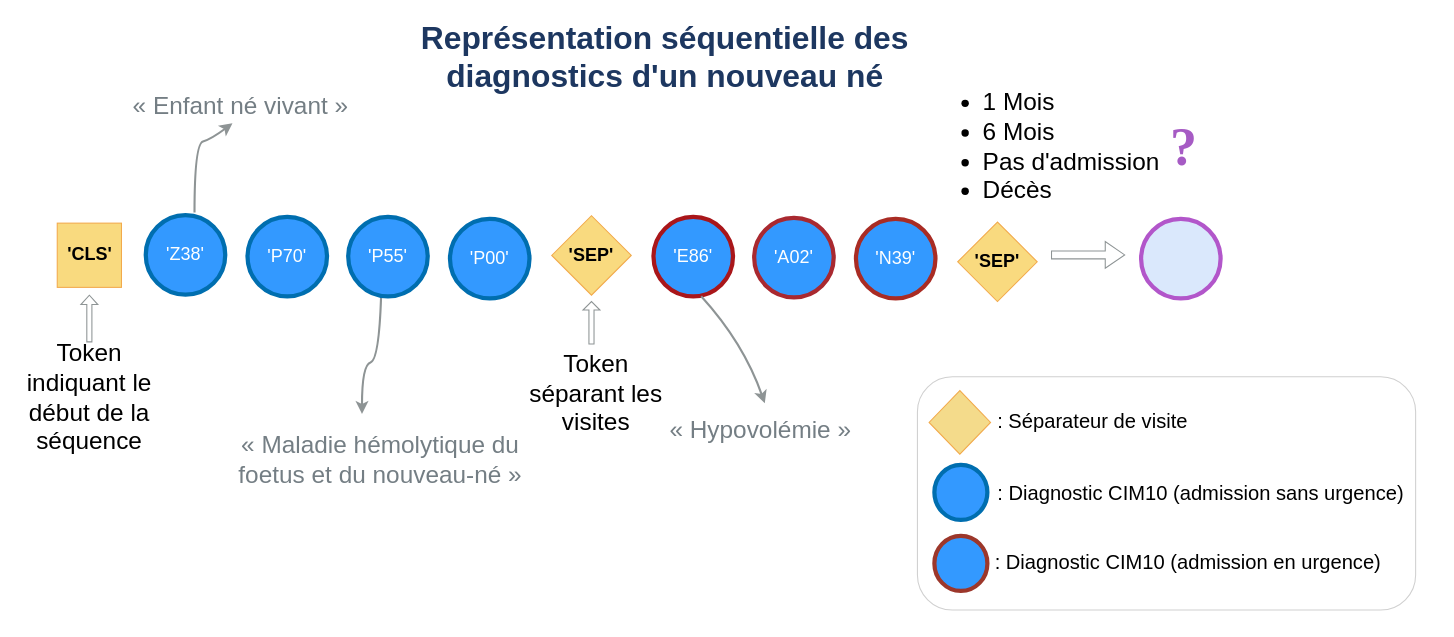
Basso42/BEHRT keeps this draw.io diagram as ex_séquence.drawio. Above is the earlier version. Source tidied: cells renumbered, new cells numbered last; positions are measured from the earlier drawing's top-left corner, leaving out a move shared by most shapes. Both pictures are drawn from the tidied source at 106%, with x=0, y=0 at pixel (20, 55).
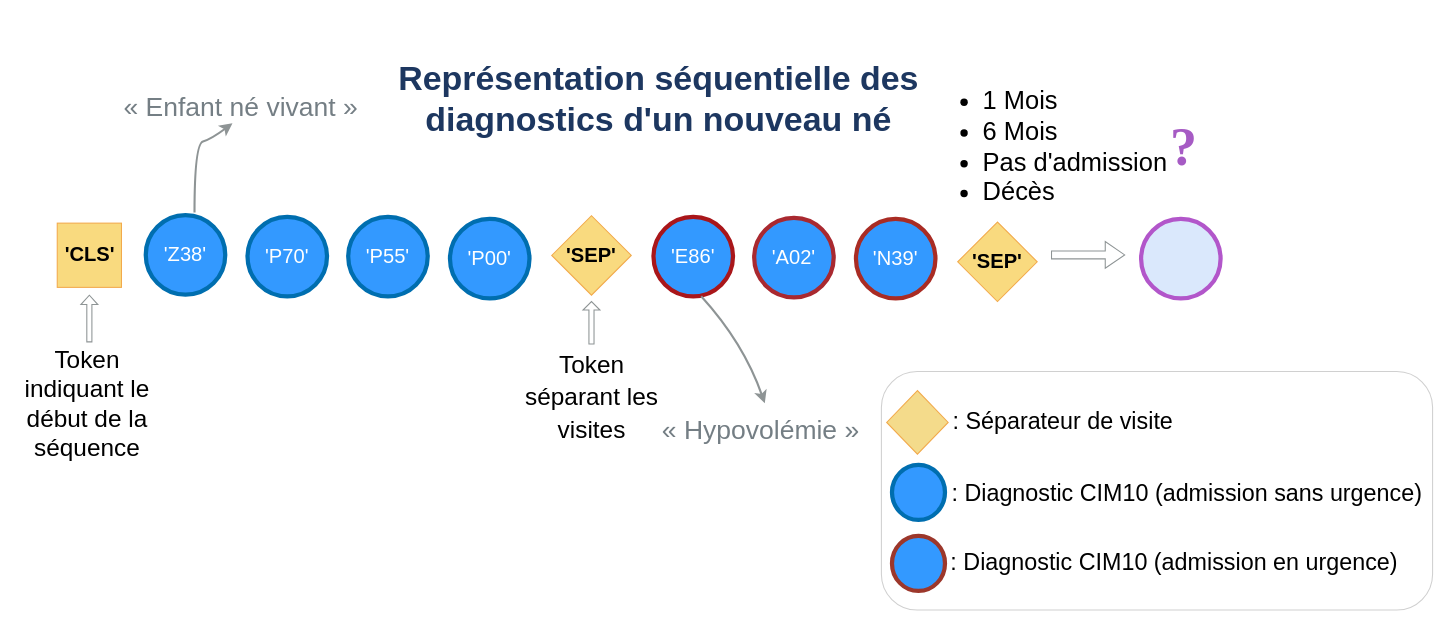
The same diagram, later.

Commit message:
Mettre à jour ex_séquence.drawio

What changed in the source:
```diff
@@
-    <mxCell id="3" value="&lt;font style=&quot;font-size: 23px;&quot;&gt;&amp;nbsp;« Enfant né vivant »&lt;font&gt;&lt;br&gt;&lt;/font&gt;&lt;/font&gt;" style="text;html=1;align=center;verticalAlign=middle;strokeColor=none;fillColor=none;fontColor=light-dark(#747e84, #ededed);fontSize=22;fontFamily=Arial;" parent="1" vertex="1">
-      <mxGeometry x="89" y="28" width="230" height="40" as="geometry" />
+    <mxCell id="3" value="&lt;font style=&quot;font-size: 25px;&quot;&gt;&amp;nbsp;« Enfant né vivant »&lt;font&gt;&lt;font&gt;&lt;br&gt;&lt;/font&gt;&lt;/font&gt;&lt;/font&gt;" style="text;html=1;align=center;verticalAlign=middle;strokeColor=none;fillColor=none;fontColor=light-dark(#747e84, #ededed);fontSize=22;fontFamily=Arial;" parent="1" vertex="1">
+      <mxGeometry x="79" y="28" width="250" height="40" as="geometry" />
     </mxCell>
-    <mxCell id="4" value="&lt;h1&gt;&lt;font style=&quot;font-size: 23px;&quot;&gt;&lt;span&gt;&lt;span style=&quot;font-weight: normal;&quot;&gt;« Maladie hémolytique du foetus et du nouveau-né »&lt;/span&gt;&lt;/span&gt;&lt;font&gt;&lt;font&gt;&lt;br&gt;&lt;/font&gt;&lt;/font&gt;&lt;/font&gt;&lt;/h1&gt;" style="text;html=1;strokeColor=none;fillColor=none;align=center;verticalAlign=middle;whiteSpace=wrap;rounded=0;fontSize=12;fontColor=light-dark(#747e84, #ededed);fontFamily=Arial;" parent="1" vertex="1">
-      <mxGeometry x="197" y="357" width="285" height="48" as="geometry" />
-    </mxCell>
-    <mxCell id="5" style="curved=1;endArrow=classic;html=1;rounded=0;strokeWidth=2;strokeColor=light-dark(#8e9495, #ededed);fontFamily=Arial;" parent="1" edge="1">
-      <mxGeometry relative="1" as="geometry">
-        <mxPoint x="340" y="228" as="sourcePoint" />
-        <mxPoint x="322" y="338" as="targetPoint" />
-        <Array as="points">
-          <mxPoint x="338" y="287" />
-          <mxPoint x="322" y="292" />
-        </Array>
-      </mxGeometry>
-    </mxCell>
     <mxCell id="6" value="&lt;font style=&quot;font-size: 23px;&quot;&gt;&lt;font&gt;Token indiquant le début de la séquence&lt;/font&gt;&lt;/font&gt;" style="text;html=1;strokeColor=none;fillColor=none;align=center;verticalAlign=middle;whiteSpace=wrap;rounded=0;fontSize=21;fontFamily=Arial;" parent="1" vertex="1">
-      <mxGeometry x="-0.2" y="308" width="130" height="30" as="geometry" />
+      <mxGeometry x="-2.2" y="314" width="130" height="30" as="geometry" />
     </mxCell>
@@
-    <mxCell id="8" value="&lt;font color=&quot;#ffffff&quot;&gt;'P55'&lt;/font&gt;" style="ellipse;whiteSpace=wrap;html=1;fillColor=#3399FF;flipH=1;strokeColor=#006EAF;strokeWidth=4;fontSize=17;fontFamily=Arial;" parent="1" vertex="1">
+    <mxCell id="8" value="&lt;font color=&quot;#ffffff&quot;&gt;'P55'&lt;/font&gt;" style="ellipse;whiteSpace=wrap;html=1;fillColor=#3399FF;flipH=1;strokeColor=#006EAF;strokeWidth=4;fontSize=19;fontFamily=Arial;" parent="1" vertex="1">
       <mxGeometry x="309" y="152" width="75" height="75" as="geometry" />
     </mxCell>
-    <mxCell id="9" value="&lt;font&gt;'&lt;/font&gt;&lt;font&gt;Z38&lt;/font&gt;&lt;font&gt;'&lt;/font&gt;" style="ellipse;whiteSpace=wrap;html=1;fillColor=#3399FF;flipH=1;strokeColor=#006EAF;fontColor=#ffffff;strokeWidth=4;fontSize=17;fontFamily=Arial;" parent="1" vertex="1">
+    <mxCell id="9" value="&lt;font&gt;'&lt;/font&gt;&lt;font&gt;Z38&lt;/font&gt;&lt;font&gt;'&lt;/font&gt;" style="ellipse;whiteSpace=wrap;html=1;fillColor=#3399FF;flipH=1;strokeColor=#006EAF;fontColor=#ffffff;strokeWidth=4;fontSize=19;fontFamily=Arial;" parent="1" vertex="1">
       <mxGeometry x="118" y="150.5" width="75" height="75" as="geometry" />
     </mxCell>
-    <mxCell id="10" value="&lt;font color=&quot;#ffffff&quot;&gt;'P70'&lt;/font&gt;" style="ellipse;whiteSpace=wrap;html=1;fillColor=#3399FF;flipH=1;strokeColor=#006EAF;strokeWidth=4;fontSize=17;fontFamily=Arial;" parent="1" vertex="1">
+    <mxCell id="10" value="&lt;font color=&quot;#ffffff&quot;&gt;'P70'&lt;/font&gt;" style="ellipse;whiteSpace=wrap;html=1;fillColor=#3399FF;flipH=1;strokeColor=#006EAF;strokeWidth=4;fontSize=19;fontFamily=Arial;" parent="1" vertex="1">
       <mxGeometry x="214" y="152" width="75" height="75" as="geometry" />
     </mxCell>
-    <mxCell id="11" value="&lt;font color=&quot;#ffffff&quot;&gt;'P00'&lt;/font&gt;" style="ellipse;whiteSpace=wrap;html=1;fillColor=#3399FF;flipH=1;strokeColor=#006EAF;strokeWidth=4;fontSize=17;fontFamily=Arial;" parent="1" vertex="1">
+    <mxCell id="11" value="&lt;font color=&quot;#ffffff&quot;&gt;'P00'&lt;/font&gt;" style="ellipse;whiteSpace=wrap;html=1;fillColor=#3399FF;flipH=1;strokeColor=#006EAF;strokeWidth=4;fontSize=19;fontFamily=Arial;" parent="1" vertex="1">
       <mxGeometry x="405" y="154" width="75" height="75" as="geometry" />
     </mxCell>
-    <mxCell id="12" value="&lt;b&gt;&lt;font&gt;'SEP'&lt;/font&gt;&lt;/b&gt;" style="rhombus;whiteSpace=wrap;html=1;flipH=1;direction=north;fillColor=light-dark(#f9da7f, #281d00);strokeColor=light-dark(#f2aa4c, #6d5100);fontSize=17;fontFamily=Arial;" parent="1" vertex="1">
+    <mxCell id="12" value="&lt;b&gt;&lt;font&gt;'SEP'&lt;/font&gt;&lt;/b&gt;" style="rhombus;whiteSpace=wrap;html=1;flipH=1;direction=north;fillColor=light-dark(#f9da7f, #281d00);strokeColor=light-dark(#f2aa4c, #6d5100);fontSize=19;fontFamily=Arial;" parent="1" vertex="1">
       <mxGeometry x="501" y="151" width="75" height="75" as="geometry" />
     </mxCell>
-    <mxCell id="13" value="&lt;font color=&quot;#ffffff&quot;&gt;'E86'&lt;/font&gt;" style="ellipse;whiteSpace=wrap;html=1;fillColor=#3399FF;flipH=1;strokeColor=light-dark(#a9161a, #51afe7);strokeWidth=4;fontSize=17;fontFamily=Arial;" parent="1" vertex="1">
+    <mxCell id="13" value="&lt;font color=&quot;#ffffff&quot;&gt;'E86'&lt;/font&gt;" style="ellipse;whiteSpace=wrap;html=1;fillColor=#3399FF;flipH=1;strokeColor=light-dark(#a9161a, #51afe7);strokeWidth=4;fontSize=19;fontFamily=Arial;" parent="1" vertex="1">
       <mxGeometry x="597" y="152" width="75" height="75" as="geometry" />
     </mxCell>
-    <mxCell id="14" value="&lt;font color=&quot;#ffffff&quot;&gt;'A02'&lt;/font&gt;" style="ellipse;whiteSpace=wrap;html=1;fillColor=#3399FF;flipH=1;strokeColor=light-dark(#a92930, #51afe7);strokeWidth=4;fontSize=17;fontFamily=Arial;" parent="1" vertex="1">
+    <mxCell id="14" value="&lt;font color=&quot;#ffffff&quot;&gt;'A02'&lt;/font&gt;" style="ellipse;whiteSpace=wrap;html=1;fillColor=#3399FF;flipH=1;strokeColor=light-dark(#a92930, #51afe7);strokeWidth=4;fontSize=19;fontFamily=Arial;" parent="1" vertex="1">
       <mxGeometry x="692" y="153" width="75" height="75" as="geometry" />
     </mxCell>
-    <mxCell id="15" value="&lt;font color=&quot;#ffffff&quot;&gt;'N39'&lt;/font&gt;" style="ellipse;whiteSpace=wrap;html=1;fillColor=#3399FF;flipH=1;strokeColor=light-dark(#a92c24, #51afe7);strokeWidth=4;fontSize=17;fontFamily=Arial;" parent="1" vertex="1">
+    <mxCell id="15" value="&lt;font color=&quot;#ffffff&quot;&gt;'N39'&lt;/font&gt;" style="ellipse;whiteSpace=wrap;html=1;fillColor=#3399FF;flipH=1;strokeColor=light-dark(#a92c24, #51afe7);strokeWidth=4;fontSize=19;fontFamily=Arial;" parent="1" vertex="1">
       <mxGeometry x="788" y="154" width="75" height="75" as="geometry" />
     </mxCell>
-    <mxCell id="16" value="&lt;b&gt;&lt;font&gt;'SEP'&lt;/font&gt;&lt;/b&gt;" style="rhombus;whiteSpace=wrap;html=1;flipH=1;fillColor=light-dark(#f9da7f, #281d00);strokeColor=light-dark(#f2aa4c, #6d5100);fontSize=17;fontFamily=Arial;" parent="1" vertex="1">
+    <mxCell id="16" value="&lt;b&gt;&lt;font&gt;'SEP'&lt;/font&gt;&lt;/b&gt;" style="rhombus;whiteSpace=wrap;html=1;flipH=1;fillColor=light-dark(#f9da7f, #281d00);strokeColor=light-dark(#f2aa4c, #6d5100);fontSize=19;fontFamily=Arial;" parent="1" vertex="1">
       <mxGeometry x="884" y="157" width="75" height="75" as="geometry" />
     </mxCell>
@@
-    <mxCell id="18" value="&lt;b&gt;&lt;font&gt;'CLS'&lt;/font&gt;&lt;/b&gt;" style="whiteSpace=wrap;html=1;direction=east;flipH=1;flipV=1;strokeColor=light-dark(#f2aa4c, #6d5100);fillColor=light-dark(#f9da7f, #281d00);fontSize=17;fontFamily=Arial;" parent="1" vertex="1">
+    <mxCell id="18" value="&lt;b&gt;&lt;font&gt;'CLS'&lt;/font&gt;&lt;/b&gt;" style="whiteSpace=wrap;html=1;direction=east;flipH=1;flipV=1;strokeColor=light-dark(#f2aa4c, #6d5100);fillColor=light-dark(#f9da7f, #281d00);fontSize=19;fontFamily=Arial;" parent="1" vertex="1">
       <mxGeometry x="34.5" y="158" width="60.6" height="60.6" as="geometry" />
     </mxCell>
-    <mxCell id="19" value="&lt;font&gt;&lt;font&gt;Token séparant les visites&lt;/font&gt;&lt;/font&gt;&lt;u&gt;&lt;font&gt;&lt;font&gt;&lt;br&gt;&lt;/font&gt;&lt;/font&gt;&lt;/u&gt;" style="text;html=1;strokeColor=none;fillColor=none;align=center;verticalAlign=middle;whiteSpace=wrap;rounded=0;fontSize=23;fontFamily=Arial;" parent="1" vertex="1">
-      <mxGeometry x="464" y="280" width="158" height="78" as="geometry" />
+    <mxCell id="19" value="&lt;font style=&quot;font-size: 23px;&quot;&gt;&lt;font&gt;Token séparant les visites&lt;/font&gt;&lt;u&gt;&lt;font&gt;&lt;font&gt;&lt;br&gt;&lt;/font&gt;&lt;/font&gt;&lt;/u&gt;&lt;/font&gt;" style="text;html=1;strokeColor=none;fillColor=none;align=center;verticalAlign=middle;whiteSpace=wrap;rounded=0;fontSize=25;fontFamily=Arial;" parent="1" vertex="1">
+      <mxGeometry x="460" y="282" width="158" height="78" as="geometry" />
     </mxCell>
@@
-    <mxCell id="21" value="&lt;h1&gt;&lt;font style=&quot;font-size: 23px;&quot;&gt;&amp;nbsp;&lt;font&gt;&lt;font&gt;&lt;span style=&quot;font-weight: normal;&quot;&gt;« Hypovolémie »&lt;/span&gt;&lt;/font&gt;&lt;/font&gt;&lt;font&gt;&lt;font&gt;&lt;br&gt;&lt;/font&gt;&lt;/font&gt;&lt;/font&gt;&lt;/h1&gt;" style="text;html=1;strokeColor=none;fillColor=none;align=center;verticalAlign=middle;whiteSpace=wrap;rounded=0;fontSize=12;fontColor=light-dark(#747e84, #ededed);fontFamily=Arial;" parent="1" vertex="1">
+    <mxCell id="21" value="&lt;h1&gt;&lt;font style=&quot;font-size: 25px;&quot;&gt;&amp;nbsp;&lt;font&gt;&lt;font&gt;&lt;span style=&quot;font-weight: normal;&quot;&gt;« Hypovolémie »&lt;/span&gt;&lt;/font&gt;&lt;/font&gt;&lt;font&gt;&lt;font&gt;&lt;font&gt;&lt;br&gt;&lt;/font&gt;&lt;/font&gt;&lt;/font&gt;&lt;/font&gt;&lt;/h1&gt;" style="text;html=1;strokeColor=none;fillColor=none;align=center;verticalAlign=middle;whiteSpace=wrap;rounded=0;fontSize=12;fontColor=light-dark(#747e84, #ededed);fontFamily=Arial;" parent="1" vertex="1">
       <mxGeometry x="592" y="338" width="206" height="30" as="geometry" />
     </mxCell>
@@
-    <mxCell id="23" value="&lt;div style=&quot;font-size: 27px;&quot;&gt;&lt;font style=&quot;font-size: 30px; color: light-dark(rgb(29, 55, 96), rgb(237, 237, 237));&quot;&gt;&lt;b&gt;Représentation séquentielle des diagnostics d'un nouveau né&lt;/b&gt;&lt;/font&gt;&lt;/div&gt;" style="text;html=1;align=center;verticalAlign=middle;whiteSpace=wrap;rounded=0;fontFamily=Arial;" parent="1" vertex="1">
-      <mxGeometry x="328" width="560" as="geometry" />
+    <mxCell id="23" value="&lt;div style=&quot;font-size: 27px;&quot;&gt;&lt;font style=&quot;color: light-dark(rgb(29, 55, 96), rgb(237, 237, 237)); font-size: 32px;&quot;&gt;&lt;b&gt;Représentation séquentielle des diagnostics d'un nouveau né&lt;/b&gt;&lt;/font&gt;&lt;/div&gt;" style="text;html=1;align=center;verticalAlign=middle;whiteSpace=wrap;rounded=0;fontFamily=Arial;" parent="1" vertex="1">
+      <mxGeometry x="322" y="40" width="560" as="geometry" />
     </mxCell>
     <mxCell id="24" style="rounded=1;whiteSpace=wrap;html=1;strokeColor=light-dark(#d0d0d0, #ededed);fontFamily=Arial;" parent="1" vertex="1">
-      <mxGeometry x="846" y="303" width="470" height="220" as="geometry" />
+      <mxGeometry x="812" y="298" width="520" height="225" as="geometry" />
     </mxCell>
     <mxCell id="25" style="rhombus;whiteSpace=wrap;html=1;flipH=1;fillColor=light-dark(#f4db8b, #281d00);strokeColor=light-dark(#f2aa4c, #6d5100);fontFamily=Arial;" parent="1" vertex="1">
-      <mxGeometry x="857" y="316" width="58" height="60" as="geometry" />
+      <mxGeometry x="817" y="316" width="58" height="60" as="geometry" />
     </mxCell>
     <mxCell id="26" value="&lt;div&gt;&lt;br&gt;&lt;/div&gt;&lt;div&gt;&lt;br&gt;&lt;/div&gt;" style="ellipse;whiteSpace=wrap;html=1;fillColor=#3399FF;flipH=1;strokeColor=#006EAF;strokeWidth=4;fontFamily=Arial;" parent="1" vertex="1">
-      <mxGeometry x="862" y="386" width="50" height="52" as="geometry" />
+      <mxGeometry x="822" y="386" width="50" height="52" as="geometry" />
     </mxCell>
-    <mxCell id="27" value="&lt;font style=&quot;font-size: 19px;&quot;&gt;: Diagnostic CIM10 (admission sans urgence)&lt;/font&gt;" style="text;html=1;align=center;verticalAlign=middle;strokeColor=none;fillColor=none;fontFamily=Arial;" parent="1" vertex="1">
-      <mxGeometry x="908" y="394" width="410" height="40" as="geometry" />
+    <mxCell id="27" value="&lt;font&gt;: Diagnostic CIM10 (admission sans urgence)&lt;/font&gt;" style="text;html=1;align=center;verticalAlign=middle;strokeColor=none;fillColor=none;fontFamily=Arial;fontSize=22;" parent="1" vertex="1">
+      <mxGeometry x="865" y="394" width="470" height="40" as="geometry" />
     </mxCell>
-    <mxCell id="28" value="&lt;font style=&quot;font-size: 19px;&quot;&gt;: Séparateur de visite&lt;/font&gt;" style="text;html=1;align=center;verticalAlign=middle;strokeColor=none;fillColor=none;fontFamily=Arial;" parent="1" vertex="1">
-      <mxGeometry x="911" y="326" width="200" height="40" as="geometry" />
+    <mxCell id="28" value="&lt;font&gt;: Séparateur de visite&lt;/font&gt;" style="text;html=1;align=center;verticalAlign=middle;strokeColor=none;fillColor=none;fontFamily=Arial;fontSize=22;" parent="1" vertex="1">
+      <mxGeometry x="868" y="326" width="230" height="40" as="geometry" />
     </mxCell>
@@
-    <mxCell id="31" value="&lt;div align=&quot;left&quot;&gt;&lt;ul&gt;&lt;li&gt;&lt;font style=&quot;font-size: 23px;&quot;&gt;&lt;font&gt;1 Mois&lt;/font&gt;&lt;/font&gt;&lt;/li&gt;&lt;li&gt;&lt;font style=&quot;font-size: 23px;&quot;&gt;&lt;font&gt;6 Mois&lt;/font&gt;&lt;/font&gt;&lt;/li&gt;&lt;li&gt;&lt;font style=&quot;font-size: 23px;&quot;&gt;&lt;font&gt;Pas d'admission&lt;/font&gt;&lt;/font&gt;&lt;/li&gt;&lt;li&gt;&lt;font style=&quot;font-size: 23px;&quot;&gt;&lt;font&gt;Décès&lt;/font&gt;&lt;/font&gt;&lt;/li&gt;&lt;/ul&gt;&lt;/div&gt;" style="text;html=1;align=left;verticalAlign=middle;whiteSpace=wrap;rounded=0;fontSize=22;fontFamily=Arial;" parent="1" vertex="1">
+    <mxCell id="31" value="&lt;div align=&quot;left&quot;&gt;&lt;ul&gt;&lt;li&gt;&lt;font&gt;&lt;font&gt;1 Mois&lt;/font&gt;&lt;/font&gt;&lt;/li&gt;&lt;li&gt;&lt;font&gt;&lt;font&gt;6 Mois&lt;/font&gt;&lt;/font&gt;&lt;/li&gt;&lt;li&gt;&lt;font&gt;&lt;font&gt;Pas d'admission&lt;/font&gt;&lt;/font&gt;&lt;/li&gt;&lt;li&gt;&lt;font&gt;&lt;font&gt;Décès&lt;/font&gt;&lt;/font&gt;&lt;/li&gt;&lt;/ul&gt;&lt;/div&gt;" style="text;html=1;align=left;verticalAlign=middle;whiteSpace=wrap;rounded=0;fontSize=24;fontFamily=Arial;" parent="1" vertex="1">
       <mxGeometry x="866" y="41" width="225" height="90" as="geometry" />
     </mxCell>
@@
     <mxCell id="34" value="&lt;div&gt;&lt;br&gt;&lt;/div&gt;&lt;div&gt;&lt;br&gt;&lt;/div&gt;" style="ellipse;whiteSpace=wrap;html=1;fillColor=#3399FF;flipH=1;strokeColor=light-dark(#9c372b, #51afe7);strokeWidth=4;fontFamily=Arial;" parent="1" vertex="1">
-      <mxGeometry x="862" y="453" width="50" height="52" as="geometry" />
+      <mxGeometry x="822" y="453" width="50" height="52" as="geometry" />
     </mxCell>
-    <mxCell id="35" value="&lt;font style=&quot;font-size: 19px;&quot;&gt;: Diagnostic CIM10 (admission en urgence)&lt;/font&gt;" style="text;html=1;align=center;verticalAlign=middle;strokeColor=none;fillColor=none;fontFamily=Arial;" parent="1" vertex="1">
-      <mxGeometry x="906" y="459" width="390" height="40" as="geometry" />
+    <mxCell id="35" value="&lt;font&gt;: Diagnostic CIM10 (admission en urgence)&lt;/font&gt;" style="text;html=1;align=center;verticalAlign=middle;strokeColor=none;fillColor=none;fontFamily=Arial;fontSize=22;" parent="1" vertex="1">
+      <mxGeometry x="863" y="459" width="450" height="40" as="geometry" />
     </mxCell>
```
